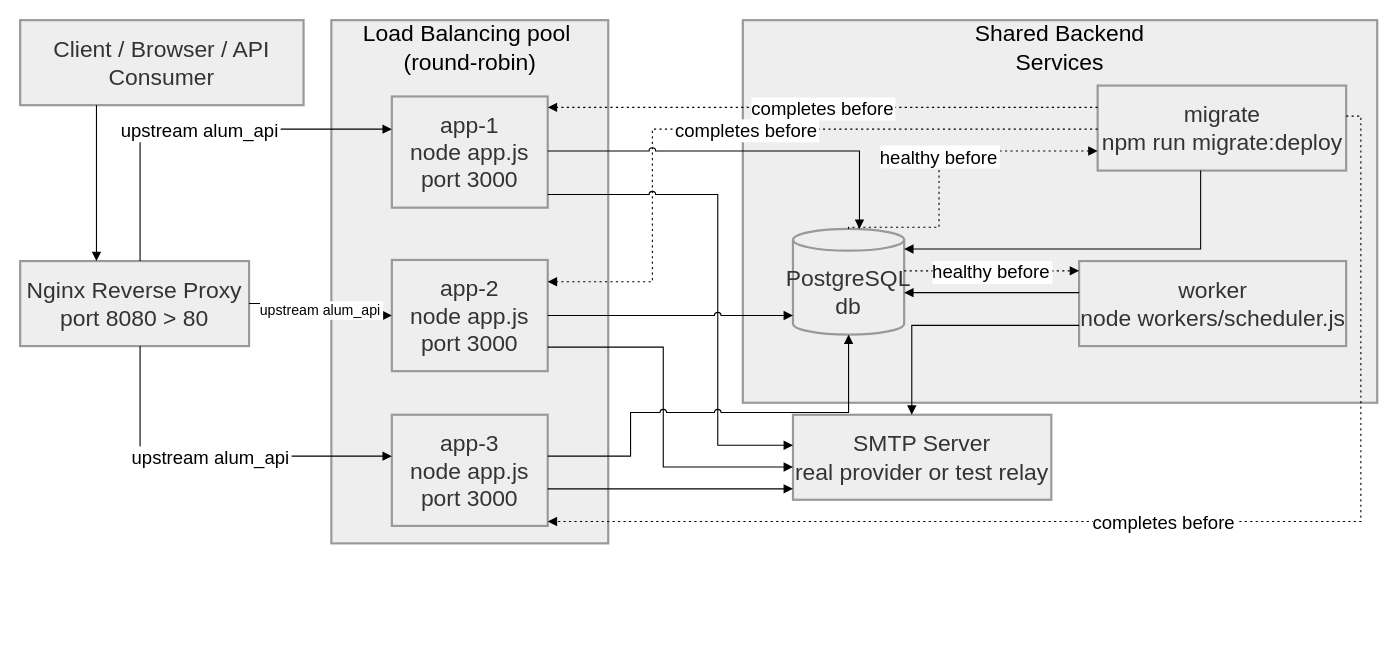
The draw.io diagram CW1/docs/Load-balancing Diagram.drawio in jasonmishi/ASS-CW1, before the edit. Source tidied: cells renumbered, new cells numbered last; positions are measured from the earlier drawing's top-left corner, leaving out a move shared by most shapes. Both pictures are drawn from the tidied source at 109%, with x=0, y=0 at pixel (20, 20).
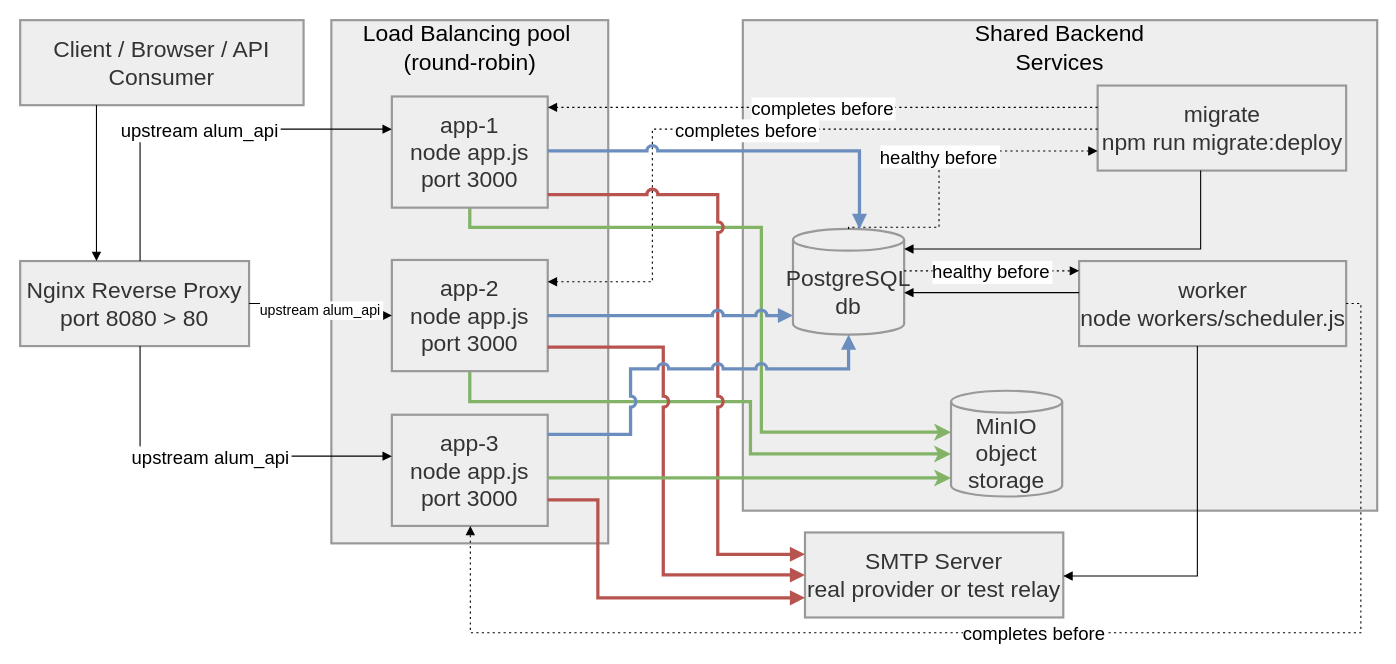
The same page after the edit.

Commit message (it also covers changes not shown here):
Change: update load balancing diagram to include minio

Unchanged cells that the change refers to:
```xml
<mxCell id="6" value="app-1&#10;node app.js&#10;port 3000" style="whiteSpace=wrap;strokeWidth=2;fillColor=light-dark(#eeeeee,#1f2020);strokeColor=light-dark(#999999,#cccccc);fontColor=light-dark(#333333,#cccccc);fontSize=21;" parent="1" vertex="1">
  <mxGeometry x="341" y="70" width="143" height="102" as="geometry" />
</mxCell>
<mxCell id="7" value="app-2&#10;node app.js&#10;port 3000" style="whiteSpace=wrap;strokeWidth=2;fillColor=light-dark(#eeeeee,#1f2020);strokeColor=light-dark(#999999,#cccccc);fontColor=light-dark(#333333,#cccccc);fontSize=21;" parent="1" vertex="1">
  <mxGeometry x="341" y="220" width="143" height="102" as="geometry" />
</mxCell>
<mxCell id="8" value="app-3&#10;node app.js&#10;port 3000" style="whiteSpace=wrap;strokeWidth=2;fillColor=light-dark(#eeeeee,#1f2020);strokeColor=light-dark(#999999,#cccccc);fontColor=light-dark(#333333,#cccccc);fontSize=21;" parent="1" vertex="1">
  <mxGeometry x="341" y="362" width="143" height="102" as="geometry" />
</mxCell>
<mxCell id="9" value="PostgreSQL&#10;db" style="shape=cylinder3;boundedLbl=1;backgroundOutline=1;size=10;strokeWidth=2;whiteSpace=wrap;fillColor=light-dark(#eeeeee,#1f2020);strokeColor=light-dark(#999999,#cccccc);fontColor=light-dark(#333333,#cccccc);fontSize=21;" parent="1" vertex="1">
  <mxGeometry x="709" y="191.5" width="102" height="97" as="geometry" />
</mxCell>
<mxCell id="10" value="worker&#10;node workers/scheduler.js" style="whiteSpace=wrap;strokeWidth=2;fillColor=light-dark(#eeeeee,#1f2020);strokeColor=light-dark(#999999,#cccccc);fontColor=light-dark(#333333,#cccccc);fontSize=21;" parent="1" vertex="1">
  <mxGeometry x="971.5" y="221" width="245" height="78" as="geometry" />
</mxCell>
<mxCell id="11" value="migrate&#10;npm run migrate:deploy" style="whiteSpace=wrap;strokeWidth=2;fillColor=light-dark(#eeeeee,#1f2020);strokeColor=light-dark(#999999,#cccccc);fontColor=light-dark(#333333,#cccccc);fontSize=21;" parent="1" vertex="1">
  <mxGeometry x="988.5" y="60" width="228" height="78" as="geometry" />
</mxCell>
```

Change to the diagram source:
```diff
@@
     <mxCell id="2" style="whiteSpace=wrap;strokeWidth=2;fillColor=light-dark(#eeeeee,#1f2020);strokeColor=light-dark(#999999,#cccccc);fontColor=light-dark(#333333,#cccccc);fontSize=21;" parent="1" vertex="1">
-      <mxGeometry x="663" width="582" height="351" as="geometry" />
+      <mxGeometry x="663" width="582" height="450" as="geometry" />
     </mxCell>
@@
+    <mxCell id="33" style="edgeStyle=orthogonalEdgeStyle;rounded=0;jettySize=auto;html=1;fillColor=#d5e8d4;strokeColor=#82b366;strokeWidth=3;" parent="1" edge="1" source="7" target="35">
+      <mxGeometry relative="1" as="geometry">
+        <Array as="points">
+          <mxPoint x="413" y="350" />
+          <mxPoint x="670" y="350" />
+          <mxPoint x="670" y="398" />
+        </Array>
+      </mxGeometry>
+    </mxCell>
@@
+    <mxCell id="34" style="edgeStyle=orthogonalEdgeStyle;rounded=0;jettySize=auto;html=1;fillColor=#d5e8d4;strokeColor=#82b366;strokeWidth=3;" parent="1" edge="1" source="6" target="35">
+      <mxGeometry relative="1" as="geometry">
+        <Array as="points">
+          <mxPoint x="413" y="190" />
+          <mxPoint x="680" y="190" />
+          <mxPoint x="680" y="378" />
+        </Array>
+      </mxGeometry>
+    </mxCell>
@@
     <mxCell id="12" value="SMTP Server&#10;real provider or test relay" style="whiteSpace=wrap;strokeWidth=2;fillColor=light-dark(#eeeeee,#1f2020);strokeColor=light-dark(#999999,#cccccc);fontColor=light-dark(#333333,#cccccc);fontSize=21;" parent="1" vertex="1">
-      <mxGeometry x="709" y="362" width="237" height="78" as="geometry" />
+      <mxGeometry x="720" y="470" width="237" height="78" as="geometry" />
     </mxCell>
@@
-    <mxCell id="19" style="startArrow=none;endArrow=block;rounded=0;edgeStyle=orthogonalEdgeStyle;fontSize=21;" parent="1" edge="1" source="8" target="12">
+    <mxCell id="19" style="startArrow=none;endArrow=block;rounded=0;edgeStyle=orthogonalEdgeStyle;fontSize=21;fillColor=#f8cecc;strokeColor=#b85450;strokeWidth=3;" parent="1" edge="1" source="8" target="12">
       <mxGeometry relative="1" as="geometry">
         <Array as="points">
-          <mxPoint x="590" y="430" />
-          <mxPoint x="590" y="430" />
+          <mxPoint x="530" y="440" />
+          <mxPoint x="530" y="530" />
         </Array>
       </mxGeometry>
     </mxCell>
     <mxCell id="20" style="startArrow=none;endArrow=block;rounded=0;edgeStyle=orthogonalEdgeStyle;fontSize=21;" parent="1" edge="1" source="10" target="12">
       <mxGeometry relative="1" as="geometry">
         <Array as="points">
-          <mxPoint x="818" y="280" />
+          <mxPoint x="1080" y="510" />
         </Array>
       </mxGeometry>
     </mxCell>
@@
-    <mxCell id="24" value="completes before" style="dashed=1;dashPattern=2 3;startArrow=none;endArrow=block;rounded=0;edgeStyle=orthogonalEdgeStyle;fontSize=17;" parent="1" edge="1" source="11" target="8">
+    <mxCell id="24" value="completes before" style="dashed=1;dashPattern=2 3;startArrow=none;endArrow=block;rounded=0;edgeStyle=orthogonalEdgeStyle;fontSize=17;" parent="1" edge="1" source="10" target="8">
       <mxGeometry relative="1" as="geometry">
         <Array as="points">
-          <mxPoint x="1230" y="88" />
-          <mxPoint x="1230" y="460" />
+          <mxPoint x="1230" y="260" />
+          <mxPoint x="1230" y="562" />
+          <mxPoint x="413" y="562" />
         </Array>
       </mxGeometry>
     </mxCell>
@@
-    <mxCell id="28" style="startArrow=none;endArrow=block;rounded=0;edgeStyle=orthogonalEdgeStyle;jumpStyle=arc;fontSize=21;" parent="1" edge="1" source="6" target="9">
+    <mxCell id="28" style="startArrow=none;endArrow=block;rounded=0;edgeStyle=orthogonalEdgeStyle;jumpStyle=arc;fontSize=21;fillColor=#dae8fc;strokeColor=#6c8ebf;strokeWidth=3;" parent="1" edge="1" source="6" target="9">
       <mxGeometry relative="1" as="geometry">
         <Array as="points">
           <mxPoint x="770" y="120" />
         </Array>
       </mxGeometry>
     </mxCell>
-    <mxCell id="29" style="startArrow=none;endArrow=block;rounded=0;edgeStyle=orthogonalEdgeStyle;jumpStyle=arc;fontSize=21;" parent="1" edge="1" source="6" target="12">
+    <mxCell id="29" style="startArrow=none;endArrow=block;rounded=0;edgeStyle=orthogonalEdgeStyle;jumpStyle=arc;fontSize=21;fillColor=#f8cecc;strokeColor=#b85450;strokeWidth=3;" parent="1" edge="1" source="6" target="12">
       <mxGeometry relative="1" as="geometry">
         <Array as="points">
           <mxPoint x="640" y="160" />
-          <mxPoint x="640" y="390" />
+          <mxPoint x="640" y="490" />
         </Array>
       </mxGeometry>
     </mxCell>
-    <mxCell id="30" style="startArrow=none;endArrow=block;rounded=0;edgeStyle=orthogonalEdgeStyle;jumpStyle=arc;fontSize=21;" parent="1" edge="1" source="7" target="9">
+    <mxCell id="30" style="startArrow=none;endArrow=block;rounded=0;edgeStyle=orthogonalEdgeStyle;jumpStyle=arc;fontSize=21;strokeWidth=3;fillColor=#dae8fc;strokeColor=#6c8ebf;" parent="1" edge="1" source="7" target="9">
       <mxGeometry relative="1" as="geometry">
         <Array as="points">
           <mxPoint x="760" y="271" />
         </Array>
       </mxGeometry>
     </mxCell>
-    <mxCell id="31" style="startArrow=none;endArrow=block;rounded=0;edgeStyle=orthogonalEdgeStyle;jumpStyle=arc;fontSize=21;" parent="1" edge="1" source="7" target="12">
+    <mxCell id="31" style="startArrow=none;endArrow=block;rounded=0;edgeStyle=orthogonalEdgeStyle;jumpStyle=arc;fontSize=21;fillColor=#f8cecc;strokeColor=#b85450;strokeWidth=3;" parent="1" edge="1" source="7" target="12">
       <mxGeometry relative="1" as="geometry">
         <Array as="points">
           <mxPoint x="590" y="300" />
-          <mxPoint x="590" y="410" />
+          <mxPoint x="590" y="509" />
         </Array>
       </mxGeometry>
     </mxCell>
-    <mxCell id="32" style="startArrow=none;endArrow=block;rounded=0;edgeStyle=orthogonalEdgeStyle;jumpStyle=arc;fontSize=21;" parent="1" edge="1" source="8" target="9">
+    <mxCell id="32" style="startArrow=none;endArrow=block;rounded=0;edgeStyle=orthogonalEdgeStyle;jumpStyle=arc;fontSize=21;strokeWidth=3;fillColor=#dae8fc;strokeColor=#6c8ebf;" parent="1" edge="1" source="8" target="9">
       <mxGeometry relative="1" as="geometry">
         <Array as="points">
-          <mxPoint x="560" y="400" />
-          <mxPoint x="560" y="360" />
-          <mxPoint x="760" y="360" />
+          <mxPoint x="560" y="380" />
+          <mxPoint x="560" y="320" />
+          <mxPoint x="760" y="320" />
         </Array>
       </mxGeometry>
     </mxCell>
+    <mxCell id="35" value="MinIO object storage" style="shape=cylinder3;boundedLbl=1;backgroundOutline=1;size=10;strokeWidth=2;whiteSpace=wrap;fillColor=light-dark(#eeeeee,#1f2020);strokeColor=light-dark(#999999,#cccccc);fontColor=light-dark(#333333,#cccccc);fontSize=21;" parent="1" vertex="1">
+      <mxGeometry x="854" y="340" width="102" height="97" as="geometry" />
+    </mxCell>
+    <mxCell id="36" style="edgeStyle=orthogonalEdgeStyle;rounded=0;jettySize=auto;html=1;fillColor=#d5e8d4;strokeColor=#82b366;strokeWidth=3;" parent="1" edge="1" source="8" target="35">
+      <mxGeometry relative="1" as="geometry">
+        <Array as="points">
+          <mxPoint x="630" y="420" />
+          <mxPoint x="630" y="420" />
+        </Array>
+      </mxGeometry>
+    </mxCell>
```
